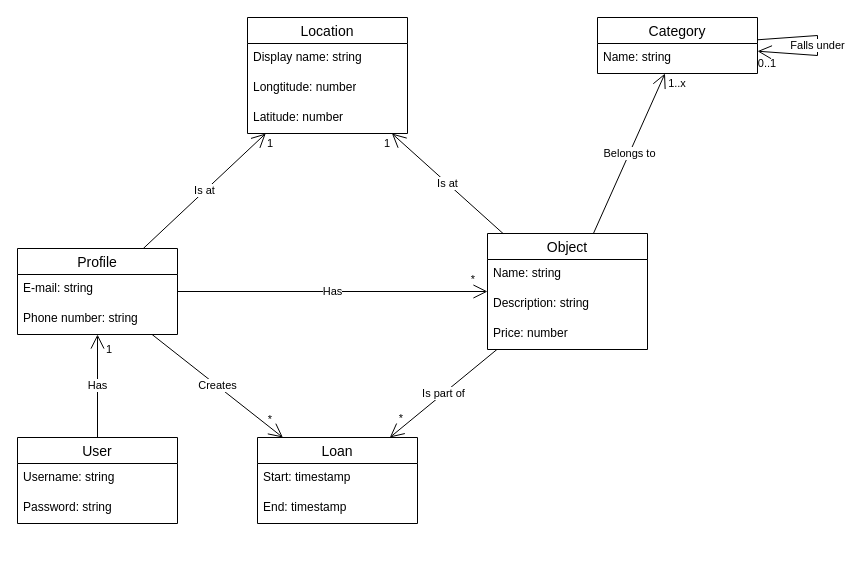
The draw.io diagram page "Domeinmodel" (1 of 3) of analysis/Modellen.drawio in UCLL-Full-stack/project2425-group1-16, before the edit. Source tidied: cells renumbered, new cells numbered last; positions are measured from the earlier drawing's top-left corner, leaving out a move shared by most shapes. Both pictures are drawn from the tidied source at 100%, with x=0, y=0 at pixel (17, 17).
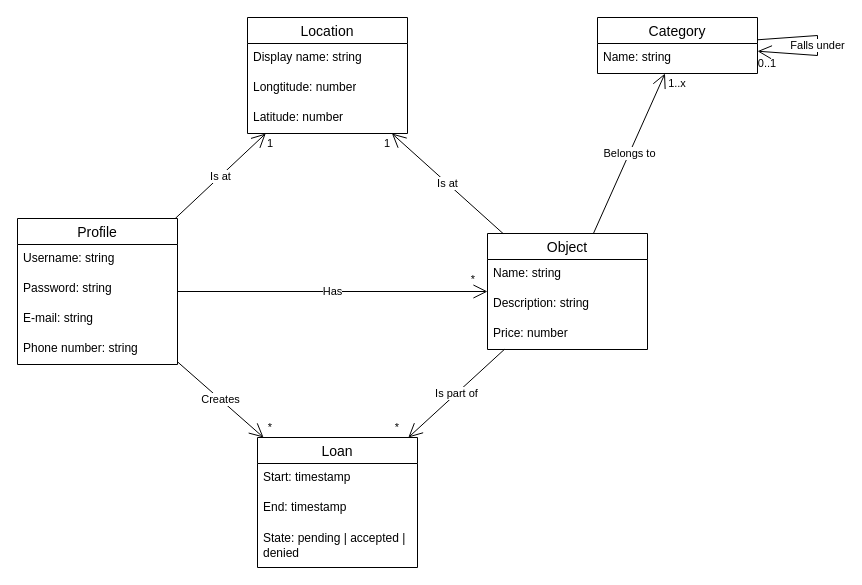
After the change.

Commit message (it also covers changes not shown here):
Merge User and Profile, add state to Loan

Change to the diagram source:
```diff
@@
-    <mxCell id="2" value="User" style="swimlane;fontStyle=0;horizontal=1;startSize=26;align=center;fontSize=14;" parent="1" vertex="1">
-      <mxGeometry y="420" width="160" height="86" as="geometry" />
-    </mxCell>
+    <mxCell id="5" value="Profile" style="swimlane;fontStyle=0;horizontal=1;startSize=26;align=center;fontSize=14;" parent="1" vertex="1">
+      <mxGeometry y="201" width="160" height="146" as="geometry" />
+    </mxCell>
-    <mxCell id="3" value="Username: string" style="text;strokeColor=none;fillColor=none;spacingLeft=4;spacingRight=4;overflow=hidden;fontSize=12;whiteSpace=wrap;html=1;" parent="2" vertex="1">
+    <mxCell id="3" value="Username: string" style="text;strokeColor=none;fillColor=none;spacingLeft=4;spacingRight=4;overflow=hidden;fontSize=12;whiteSpace=wrap;html=1;" parent="5" vertex="1">
       <mxGeometry y="26" width="160" height="30" as="geometry" />
     </mxCell>
-    <mxCell id="4" value="Password: string" style="text;strokeColor=none;fillColor=none;spacingLeft=4;spacingRight=4;overflow=hidden;fontSize=12;whiteSpace=wrap;html=1;" parent="2" vertex="1">
+    <mxCell id="4" value="Password: string" style="text;strokeColor=none;fillColor=none;spacingLeft=4;spacingRight=4;overflow=hidden;fontSize=12;whiteSpace=wrap;html=1;" parent="5" vertex="1">
       <mxGeometry y="56" width="160" height="30" as="geometry" />
     </mxCell>
-    <mxCell id="5" value="Profile" style="swimlane;fontStyle=0;horizontal=1;startSize=26;align=center;fontSize=14;" parent="1" vertex="1">
-      <mxGeometry y="231" width="160" height="86" as="geometry" />
-    </mxCell>
     <mxCell id="6" value="E-mail: string&lt;span style=&quot;white-space: pre;&quot;&gt;&#9;&lt;/span&gt;&lt;span style=&quot;white-space: pre;&quot;&gt;&#9;&lt;/span&gt;" style="text;strokeColor=none;fillColor=none;spacingLeft=4;spacingRight=4;overflow=hidden;fontSize=12;whiteSpace=wrap;html=1;" parent="5" vertex="1">
-      <mxGeometry y="26" width="160" height="30" as="geometry" />
+      <mxGeometry y="86" width="160" height="30" as="geometry" />
     </mxCell>
     <mxCell id="7" value="Phone number: string" style="text;strokeColor=none;fillColor=none;spacingLeft=4;spacingRight=4;overflow=hidden;fontSize=12;whiteSpace=wrap;html=1;" parent="5" vertex="1">
-      <mxGeometry y="56" width="160" height="30" as="geometry" />
+      <mxGeometry y="116" width="160" height="30" as="geometry" />
     </mxCell>
@@
-    <mxCell id="16" value="Has" style="endArrow=open;endSize=12;html=1;rounded=0;" parent="1" edge="1" source="2" target="5">
-      <mxGeometry relative="1" as="geometry" />
-    </mxCell>
@@
     <mxCell id="18" value="Loan" style="swimlane;fontStyle=0;horizontal=1;startSize=26;align=center;fontSize=14;" parent="1" vertex="1">
-      <mxGeometry x="240" y="420" width="160" height="86" as="geometry" />
+      <mxGeometry x="240" y="420" width="160" height="130" as="geometry" />
     </mxCell>
@@
+    <mxCell id="37" value="State: pending | accepted | denied" style="text;strokeColor=none;fillColor=none;spacingLeft=4;spacingRight=4;overflow=hidden;fontSize=12;whiteSpace=wrap;html=1;verticalAlign=middle;" parent="18" vertex="1">
+      <mxGeometry y="86" width="160" height="44" as="geometry" />
+    </mxCell>
@@
     <mxCell id="26" value="&lt;font style=&quot;font-size: 11px;&quot;&gt;*&lt;/font&gt;" style="text;html=1;align=center;verticalAlign=middle;whiteSpace=wrap;rounded=0;" parent="1" vertex="1">
-      <mxGeometry x="374" y="391" width="20" height="20" as="geometry" />
+      <mxGeometry x="370" y="400" width="20" height="20" as="geometry" />
     </mxCell>
     <mxCell id="27" value="&lt;font style=&quot;font-size: 11px;&quot;&gt;*&lt;/font&gt;" style="text;html=1;align=center;verticalAlign=middle;whiteSpace=wrap;rounded=0;" parent="1" vertex="1">
-      <mxGeometry x="243" y="392" width="20" height="20" as="geometry" />
+      <mxGeometry x="243" y="400" width="20" height="20" as="geometry" />
     </mxCell>
-    <mxCell id="28" value="&lt;font style=&quot;font-size: 11px;&quot;&gt;1&lt;/font&gt;" style="text;html=1;align=center;verticalAlign=middle;whiteSpace=wrap;rounded=0;" parent="1" vertex="1">
-      <mxGeometry x="82" y="322" width="20" height="20" as="geometry" />
-    </mxCell>
```
